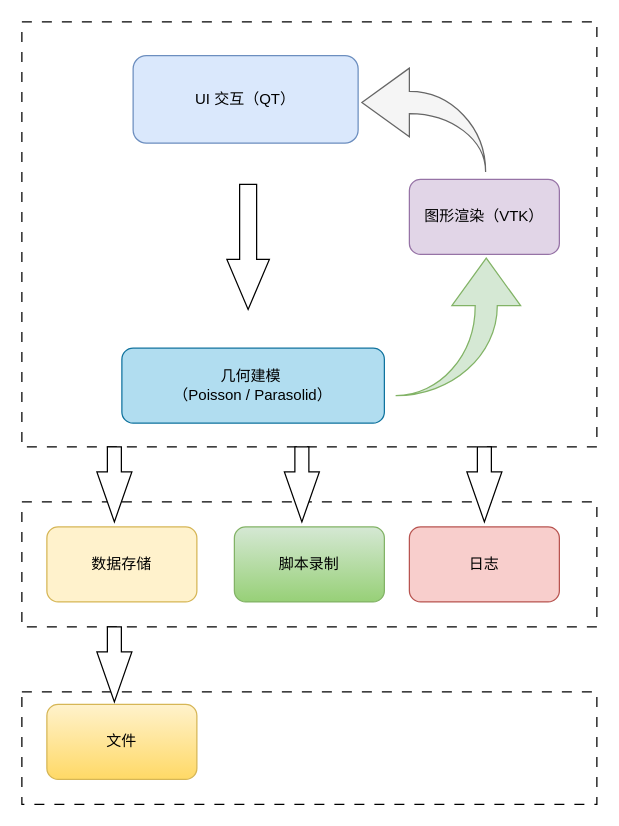
Before: VTT架构.drawio in jiangyu945/Doc, a draw.io diagram. Source tidied: cells renumbered, new cells numbered last; positions are measured from the earlier drawing's top-left corner, leaving out a move shared by most shapes. Both pictures are drawn from the tidied source at 125%, with x=0, y=0 at pixel (21, 21).
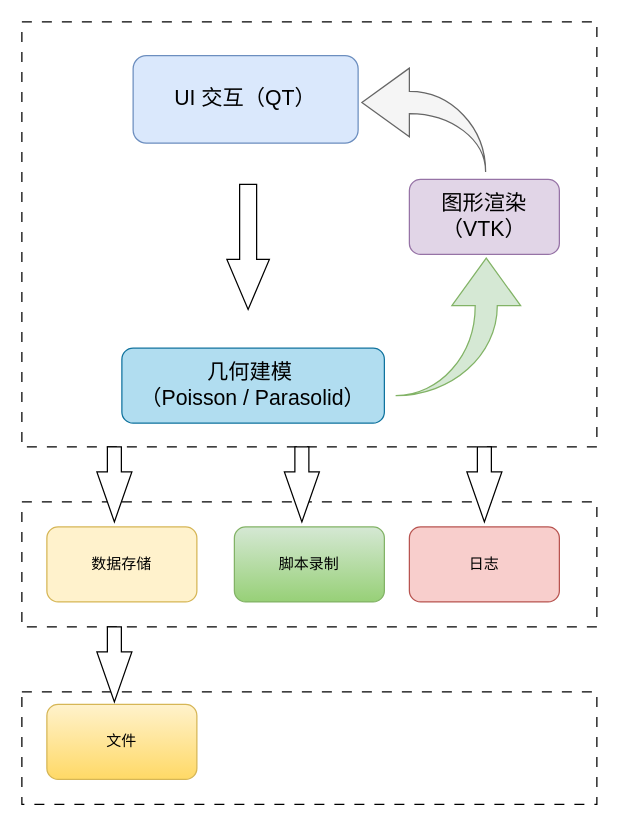
The same diagram, later.

The edit, as a diff of the source:
```diff
@@
 <mxGraphModel>
   <root>
     <mxCell id="0" />
     <mxCell id="1" parent="0" />
     <mxCell id="2" style="rounded=0;whiteSpace=wrap;html=1;fillStyle=dashed;dashed=1;dashPattern=8 8;" parent="1" vertex="1">
       <mxGeometry y="536" width="460" height="90" as="geometry" />
     </mxCell>
     <mxCell id="3" style="rounded=0;whiteSpace=wrap;html=1;fillStyle=dashed;dashed=1;dashPattern=8 8;" parent="1" vertex="1">
       <mxGeometry y="384" width="460" height="100" as="geometry" />
     </mxCell>
     <mxCell id="4" style="rounded=0;whiteSpace=wrap;html=1;fillStyle=dashed;dashed=1;dashPattern=8 8;" parent="1" vertex="1">
       <mxGeometry width="460" height="340" as="geometry" />
     </mxCell>
-    <mxCell id="5" value="UI 交互（QT）" style="rounded=1;whiteSpace=wrap;html=1;fillColor=#dae8fc;strokeColor=#6c8ebf;" parent="1" vertex="1">
+    <mxCell id="5" value="&lt;font style=&quot;font-size: 17px;&quot;&gt;UI 交互（QT）&lt;/font&gt;" style="rounded=1;whiteSpace=wrap;html=1;fillColor=#dae8fc;strokeColor=#6c8ebf;" parent="1" vertex="1">
       <mxGeometry x="89" y="27" width="180" height="70" as="geometry" />
     </mxCell>
-    <mxCell id="6" value="图形渲染（VTK）" style="rounded=1;whiteSpace=wrap;html=1;fillColor=#e1d5e7;strokeColor=#9673a6;" parent="1" vertex="1">
+    <mxCell id="6" value="&lt;font style=&quot;font-size: 17px;&quot;&gt;图形渲染（VTK）&lt;/font&gt;" style="rounded=1;whiteSpace=wrap;html=1;fillColor=#e1d5e7;strokeColor=#9673a6;" parent="1" vertex="1">
       <mxGeometry x="310" y="126" width="120" height="60" as="geometry" />
     </mxCell>
     <mxCell id="7" value="脚本录制" style="rounded=1;whiteSpace=wrap;html=1;fillColor=#d5e8d4;strokeColor=#82b366;gradientColor=#97d077;" parent="1" vertex="1">
       <mxGeometry x="170" y="404" width="120" height="60" as="geometry" />
     </mxCell>
     <mxCell id="8" value="数据存储" style="rounded=1;whiteSpace=wrap;html=1;fillColor=#fff2cc;strokeColor=#d6b656;" parent="1" vertex="1">
       <mxGeometry x="20" y="404" width="120" height="60" as="geometry" />
     </mxCell>
     <mxCell id="9" value="文件" style="rounded=1;whiteSpace=wrap;html=1;fillColor=#fff2cc;gradientColor=#ffd966;strokeColor=#d6b656;" parent="1" vertex="1">
       <mxGeometry x="20" y="546" width="120" height="60" as="geometry" />
     </mxCell>
     <mxCell id="10" value="日志" style="rounded=1;whiteSpace=wrap;html=1;fillColor=#f8cecc;strokeColor=#b85450;" parent="1" vertex="1">
       <mxGeometry x="310" y="404" width="120" height="60" as="geometry" />
     </mxCell>
-    <mxCell id="11" value="几何建模&amp;nbsp;&lt;div&gt;（Poisson / Parasolid）&lt;/div&gt;" style="rounded=1;whiteSpace=wrap;html=1;fillColor=#b1ddf0;strokeColor=#10739e;" parent="1" vertex="1">
+    <mxCell id="11" value="&lt;font style=&quot;font-size: 17px;&quot;&gt;几何建模&amp;nbsp;&lt;/font&gt;&lt;div style=&quot;font-size: 17px;&quot;&gt;&lt;font style=&quot;font-size: 17px;&quot;&gt;（Poisson / Parasolid）&lt;/font&gt;&lt;/div&gt;" style="rounded=1;whiteSpace=wrap;html=1;fillColor=#b1ddf0;strokeColor=#10739e;" parent="1" vertex="1">
       <mxGeometry x="80" y="261" width="210" height="60" as="geometry" />
     </mxCell>
     <mxCell id="12" style="html=1;shadow=0;dashed=0;align=center;verticalAlign=middle;shape=mxgraph.arrows2.arrow;dy=0.6;dx=40;direction=south;notch=0;" parent="1" vertex="1">
       <mxGeometry x="164" y="130" width="34" height="100" as="geometry" />
     </mxCell>
     <mxCell id="13" style="html=1;shadow=0;dashed=0;align=center;verticalAlign=middle;shape=mxgraph.arrows2.arrow;dy=0.6;dx=40;direction=south;notch=0;" parent="1" vertex="1">
       <mxGeometry x="60" y="340" width="28" height="60" as="geometry" />
     </mxCell>
     <mxCell id="14" style="html=1;shadow=0;dashed=0;align=center;verticalAlign=middle;shape=mxgraph.arrows2.arrow;dy=0.6;dx=40;direction=south;notch=0;" parent="1" vertex="1">
       <mxGeometry x="210" y="340" width="28" height="60" as="geometry" />
     </mxCell>
     <mxCell id="15" style="html=1;shadow=0;dashed=0;align=center;verticalAlign=middle;shape=mxgraph.arrows2.arrow;dy=0.6;dx=40;direction=south;notch=0;" parent="1" vertex="1">
       <mxGeometry x="356" y="340" width="28" height="60" as="geometry" />
     </mxCell>
     <mxCell id="16" style="html=1;shadow=0;dashed=0;align=center;verticalAlign=middle;shape=mxgraph.arrows2.arrow;dy=0.6;dx=40;direction=south;notch=0;" parent="1" vertex="1">
       <mxGeometry x="60" y="484" width="28" height="60" as="geometry" />
     </mxCell>
     <mxCell id="17" style="html=1;shadow=0;dashed=0;align=center;verticalAlign=middle;shape=mxgraph.arrows2.jumpInArrow;dy=8.83;dx=38;arrowHead=55;direction=west;flipH=0;flipV=1;fillColor=#f5f5f5;fontColor=#333333;strokeColor=#666666;" parent="1" vertex="1">
       <mxGeometry x="272" y="37" width="99" height="83" as="geometry" />
     </mxCell>
     <mxCell id="18" style="html=1;shadow=0;dashed=0;align=center;verticalAlign=middle;shape=mxgraph.arrows2.jumpInArrow;dy=8.83;dx=38;arrowHead=55;direction=south;flipH=0;flipV=1;fillColor=#d5e8d4;strokeColor=#82b366;" parent="1" vertex="1">
       <mxGeometry x="299" y="189" width="100" height="110" as="geometry" />
     </mxCell>
   </root>
 </mxGraphModel>
```
